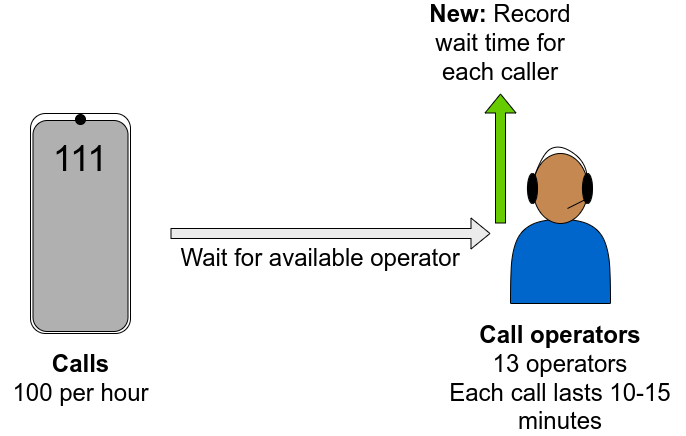
pythonhealthdatascience/intro-open-sim keeps this draw.io diagram as img/callcentre_waittime.png. Above is the earlier version. Source tidied: cells renumbered, new cells last; positions are measured from the earlier drawing's top-left corner, leaving out a move shared by most shapes. The source it was exported from:
```xml
<mxGraphModel>
  <root>
    <mxCell id="0" />
    <mxCell id="1" parent="0" />
    <mxCell id="2" style="rounded=1;whiteSpace=wrap;html=1;" parent="1" vertex="1">
      <mxGeometry x="50" y="190" width="100" height="220" as="geometry" />
    </mxCell>
    <mxCell id="3" style="rounded=1;whiteSpace=wrap;html=1;fillColor=#B0B0B0;" parent="1" vertex="1">
      <mxGeometry x="52.5" y="197" width="95" height="211" as="geometry" />
    </mxCell>
    <mxCell id="4" style="ellipse;whiteSpace=wrap;html=1;" parent="1" vertex="1">
      <mxGeometry height="30" as="geometry" />
    </mxCell>
    <mxCell id="5" style="ellipse;whiteSpace=wrap;html=1;fillColor=#050505;" parent="1" vertex="1">
      <mxGeometry x="95" y="191" width="10" height="10" as="geometry" />
    </mxCell>
    <mxCell id="6" value="&lt;font style=&quot;font-size: 36px;&quot;&gt;111&lt;/font&gt;" style="text;html=1;align=center;verticalAlign=middle;whiteSpace=wrap;rounded=0;" parent="1" vertex="1">
      <mxGeometry x="70" y="220" width="60" height="30" as="geometry" />
    </mxCell>
    <mxCell id="7" value="&lt;font style=&quot;font-size: 24px;&quot;&gt;&lt;b&gt;Calls&lt;/b&gt;&lt;/font&gt;&lt;div&gt;&lt;font style=&quot;font-size: 24px;&quot;&gt;100 per hour&lt;/font&gt;&lt;/div&gt;" style="text;html=1;align=center;verticalAlign=middle;whiteSpace=wrap;rounded=0;" parent="1" vertex="1">
      <mxGeometry x="19.8" y="440" width="160.5" height="30" as="geometry" />
    </mxCell>
    <mxCell id="8" style="shape=flexArrow;endArrow=classic;html=1;rounded=0;fillColor=#EBEBEB;" parent="1" edge="1">
      <mxGeometry relative="1" as="geometry">
        <mxPoint x="190" y="310" as="sourcePoint" />
        <mxPoint x="510" y="310" as="targetPoint" />
      </mxGeometry>
    </mxCell>
    <mxCell id="9" value="&lt;span style=&quot;font-size: 24px;&quot;&gt;Wait for available operator&lt;/span&gt;" style="text;html=1;align=center;verticalAlign=middle;whiteSpace=wrap;rounded=0;" parent="1" vertex="1">
      <mxGeometry x="180.2" y="320" width="320" height="30" as="geometry" />
    </mxCell>
    <mxCell id="10" style="group;" parent="1" vertex="1">
      <mxGeometry x="530" y="220" width="100" height="160" as="geometry" />
    </mxCell>
    <mxCell id="11" style="shape=actor;whiteSpace=wrap;html=1;fillColor=#0066CC;" parent="10" vertex="1">
      <mxGeometry y="20" width="100" height="140" as="geometry" />
    </mxCell>
    <mxCell id="12" style="ellipse;whiteSpace=wrap;html=1;rotation=-90;fillColor=#C48850;" parent="10" vertex="1">
      <mxGeometry x="15" y="17.5" width="70" height="55" as="geometry" />
    </mxCell>
    <mxCell id="13" style="ellipse;whiteSpace=wrap;html=1;rotation=90;fillColor=#000000;strokeColor=default;" parent="10" vertex="1">
      <mxGeometry x="7" y="40" width="30" height="10" as="geometry" />
    </mxCell>
    <mxCell id="14" style="ellipse;whiteSpace=wrap;html=1;rotation=90;fillColor=#000000;" parent="10" vertex="1">
      <mxGeometry x="62" y="40" width="30" height="10" as="geometry" />
    </mxCell>
    <mxCell id="15" style="curved=1;endArrow=classic;html=1;rounded=0;entryX=0;entryY=0.5;entryDx=0;entryDy=0;strokeColor=default;" parent="10" edge="1">
      <mxGeometry relative="1" as="geometry">
        <mxPoint x="19.5" y="47" as="sourcePoint" />
        <mxPoint x="76.5" y="47" as="targetPoint" />
        <Array as="points">
          <mxPoint x="30" y="11" />
          <mxPoint x="50" />
          <mxPoint x="78" y="21" />
        </Array>
      </mxGeometry>
    </mxCell>
    <mxCell id="16" style="endArrow=none;html=1;rounded=0;" parent="10" edge="1">
      <mxGeometry relative="1" as="geometry">
        <mxPoint x="77" y="55" as="sourcePoint" />
        <mxPoint x="57" y="65" as="targetPoint" />
      </mxGeometry>
    </mxCell>
    <mxCell id="17" value="&lt;span style=&quot;font-size: 24px;&quot;&gt;&lt;b&gt;Call operators&lt;/b&gt;&lt;/span&gt;&lt;div&gt;&lt;span style=&quot;font-size: 24px;&quot;&gt;13 operators&lt;/span&gt;&lt;/div&gt;&lt;div&gt;&lt;span style=&quot;font-size: 24px;&quot;&gt;Each call lasts 10-15 minutes&lt;/span&gt;&lt;/div&gt;" style="text;html=1;align=center;verticalAlign=middle;whiteSpace=wrap;rounded=0;" parent="1" vertex="1">
      <mxGeometry x="455.1" y="440" width="249.8" height="30" as="geometry" />
    </mxCell>
    <mxCell id="18" style="shape=flexArrow;endArrow=classic;html=1;rounded=0;fillColor=#66CC00;" parent="1" edge="1">
      <mxGeometry relative="1" as="geometry">
        <mxPoint x="520" y="300" as="sourcePoint" />
        <mxPoint x="520" y="170" as="targetPoint" />
      </mxGeometry>
    </mxCell>
    <mxCell id="19" value="&lt;font style=&quot;font-size: 24px;&quot;&gt;&lt;b&gt;New:&amp;nbsp;&lt;/b&gt;Record wait time for each caller&lt;/font&gt;" style="text;html=1;align=center;verticalAlign=middle;whiteSpace=wrap;rounded=0;" parent="1" vertex="1">
      <mxGeometry x="450" y="90" width="140" height="60" as="geometry" />
    </mxCell>
  </root>
</mxGraphModel>
```
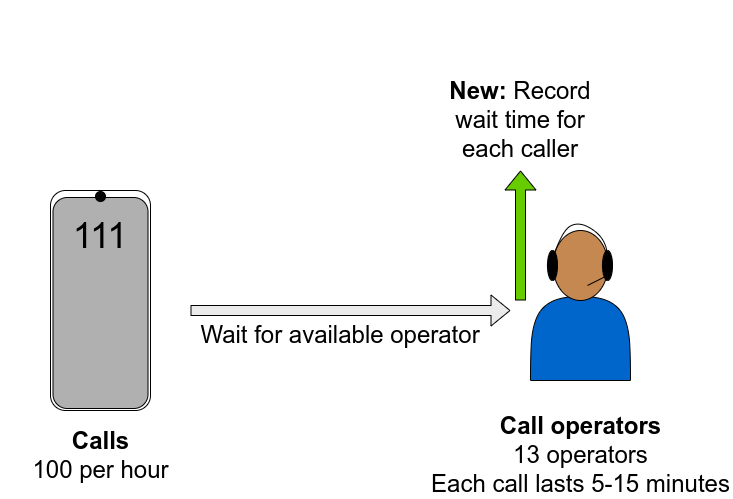
The same diagram one commit later.

Commit message:
chore(images): :art: correct call time in diagram

Change to the diagram source:
```diff
@@ -61,8 +61,8 @@
         <mxPoint x="57" y="65" as="targetPoint" />
       </mxGeometry>
     </mxCell>
-    <mxCell id="17" value="&lt;span style=&quot;font-size: 24px;&quot;&gt;&lt;b&gt;Call operators&lt;/b&gt;&lt;/span&gt;&lt;div&gt;&lt;span style=&quot;font-size: 24px;&quot;&gt;13 operators&lt;/span&gt;&lt;/div&gt;&lt;div&gt;&lt;span style=&quot;font-size: 24px;&quot;&gt;Each call lasts 10-15 minutes&lt;/span&gt;&lt;/div&gt;" style="text;html=1;align=center;verticalAlign=middle;whiteSpace=wrap;rounded=0;" parent="1" vertex="1">
-      <mxGeometry x="455.1" y="440" width="249.8" height="30" as="geometry" />
+    <mxCell id="17" value="&lt;span style=&quot;font-size: 24px;&quot;&gt;&lt;b&gt;Call operators&lt;/b&gt;&lt;/span&gt;&lt;div&gt;&lt;span style=&quot;font-size: 24px;&quot;&gt;13 operators&lt;/span&gt;&lt;/div&gt;&lt;div&gt;&lt;span style=&quot;font-size: 24px;&quot;&gt;Each call lasts 5-15 minutes&lt;/span&gt;&lt;/div&gt;" style="text;html=1;align=center;verticalAlign=middle;whiteSpace=wrap;rounded=0;" parent="1" vertex="1">
+      <mxGeometry x="427.6" y="440" width="304.9" height="30" as="geometry" />
     </mxCell>
     <mxCell id="18" style="shape=flexArrow;endArrow=classic;html=1;rounded=0;fillColor=#66CC00;" parent="1" edge="1">
       <mxGeometry relative="1" as="geometry">
```
